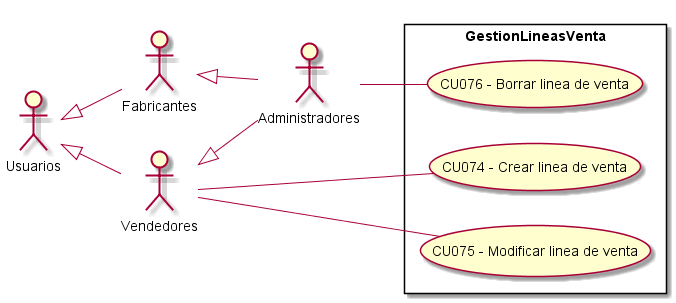
The PlantUML diagram Informe Final/Imagenes/ModeladoDeCasosDeUso/DiagramaDeCasosDeUso/GestionLineasVenta.png in ZMGestion/DocumentacionZMGestion, before a commit.
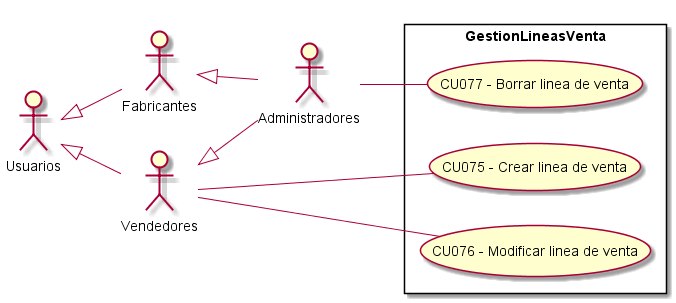
The same diagram one commit later.

What changed in the source:
```diff
@@ -13,9 +13,9 @@
  left to right direction
 
 rectangle GestionLineasVenta{
-    UseCase "CU074 - Crear linea de venta" as C
-    UseCase "CU075 - Modificar linea de venta" as M
-    UseCase "CU076 - Borrar linea de venta" as B
+    UseCase "CU075 - Crear linea de venta" as C
+    UseCase "CU076 - Modificar linea de venta" as M
+    UseCase "CU077 - Borrar linea de venta" as B
 }
     Vendedores -- C
     Administradores -- B
```
